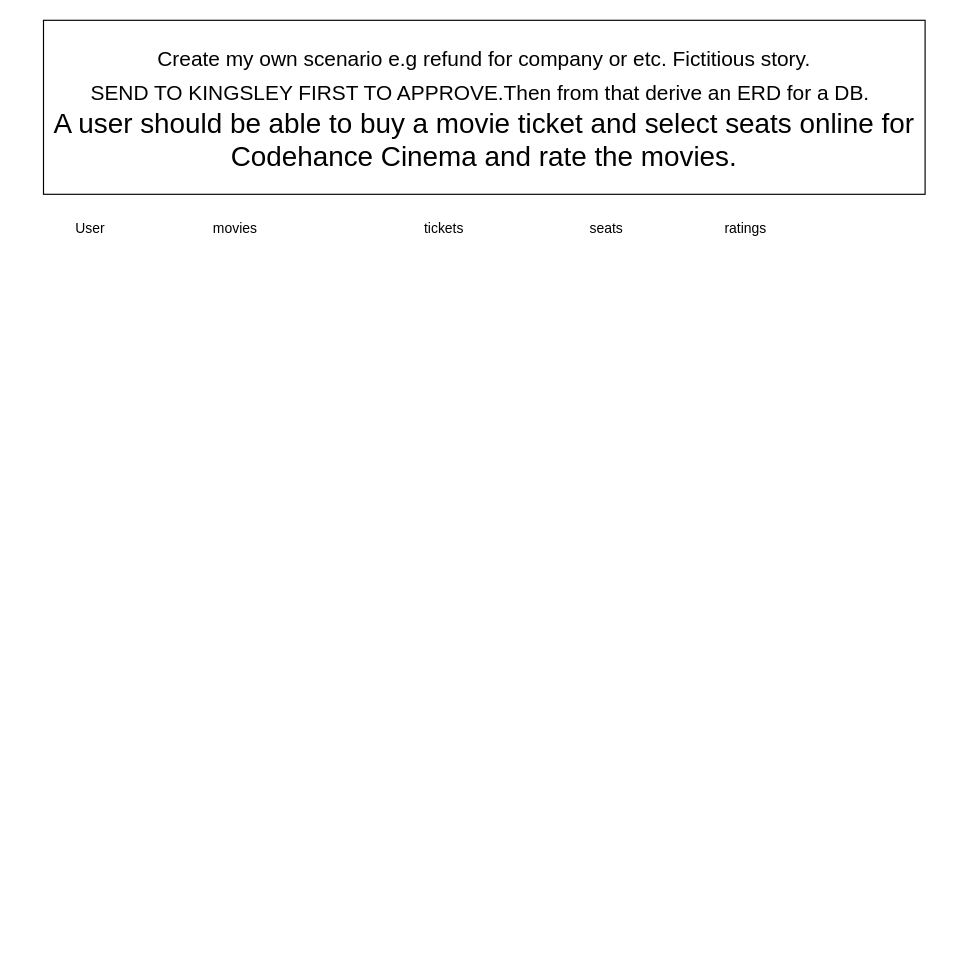
Kascod/first-repo keeps this draw.io diagram as page "Assignment" (1 of 7) of Hotel Rating ER.drawio. Above is the earlier version. Source tidied: cells renumbered, new cells numbered last; positions are measured from the earlier drawing's top-left corner, leaving out a move shared by most shapes. Both pictures are drawn from the tidied source at 116%, with x=0, y=0 at pixel (43, 20).
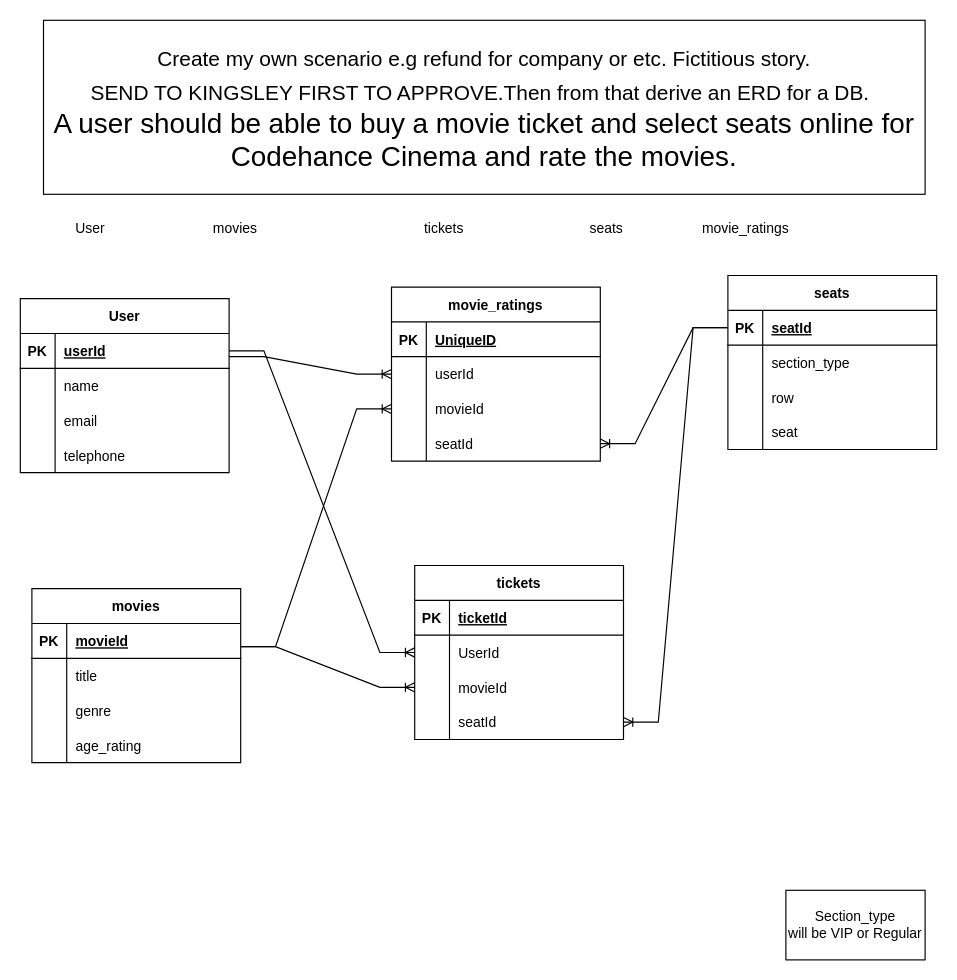
The same diagram, later.

Change to the diagram source:
```diff
@@
-    <mxCell id="4" value="ratings" style="text;html=1;align=center;verticalAlign=middle;strokeColor=none;fillColor=none;" parent="1" vertex="1">
-      <mxGeometry x="575" y="165" width="60" height="30" as="geometry" />
+    <mxCell id="4" value="movie_ratings" style="text;html=1;align=center;verticalAlign=middle;strokeColor=none;fillColor=none;" parent="1" vertex="1">
+      <mxGeometry x="555" y="165" width="100" height="30" as="geometry" />
     </mxCell>
@@
+    <mxCell id="8" value="movies" style="shape=table;startSize=30;childLayout=tableLayout;rowLines=0;fontStyle=1;align=center;" parent="1" vertex="1">
+      <mxGeometry x="-10" y="490" width="180" height="150" as="geometry" />
+    </mxCell>
+    <mxCell id="9" style="shape=tableRow;horizontal=0;startSize=0;swimlaneHead=0;swimlaneBody=0;fillColor=none;top=0;left=0;right=0;bottom=1;" parent="8" vertex="1">
+      <mxGeometry y="30" width="180" height="30" as="geometry" />
+    </mxCell>
+    <mxCell id="10" value="PK" style="shape=partialRectangle;fillColor=none;top=0;left=0;bottom=0;right=0;fontStyle=1;overflow=hidden;" parent="9" vertex="1">
+      <mxGeometry width="30" height="30" as="geometry" />
+    </mxCell>
+    <mxCell id="11" value="movieId" style="shape=partialRectangle;fillColor=none;top=0;left=0;bottom=0;right=0;align=left;spacingLeft=6;fontStyle=5;overflow=hidden;" parent="9" vertex="1">
+      <mxGeometry x="30" width="150" height="30" as="geometry" />
+    </mxCell>
+    <mxCell id="12" style="shape=tableRow;horizontal=0;startSize=0;swimlaneHead=0;swimlaneBody=0;fillColor=none;top=0;left=0;right=0;bottom=0;" parent="8" vertex="1">
+      <mxGeometry y="60" width="180" height="30" as="geometry" />
+    </mxCell>
+    <mxCell id="13" style="shape=partialRectangle;fillColor=none;top=0;left=0;bottom=0;right=0;overflow=hidden;" parent="12" vertex="1">
+      <mxGeometry width="30" height="30" as="geometry" />
+    </mxCell>
+    <mxCell id="14" value="title " style="shape=partialRectangle;fillColor=none;top=0;left=0;bottom=0;right=0;align=left;spacingLeft=6;overflow=hidden;" parent="12" vertex="1">
+      <mxGeometry x="30" width="150" height="30" as="geometry" />
+    </mxCell>
+    <mxCell id="15" style="shape=tableRow;horizontal=0;startSize=0;swimlaneHead=0;swimlaneBody=0;fillColor=none;top=0;left=0;right=0;bottom=0;" parent="8" vertex="1">
+      <mxGeometry y="90" width="180" height="30" as="geometry" />
+    </mxCell>
+    <mxCell id="16" style="shape=partialRectangle;fillColor=none;top=0;left=0;bottom=0;right=0;overflow=hidden;" parent="15" vertex="1">
+      <mxGeometry width="30" height="30" as="geometry" />
+    </mxCell>
+    <mxCell id="17" value="genre " style="shape=partialRectangle;fillColor=none;top=0;left=0;bottom=0;right=0;align=left;spacingLeft=6;overflow=hidden;" parent="15" vertex="1">
+      <mxGeometry x="30" width="150" height="30" as="geometry" />
+    </mxCell>
+    <mxCell id="18" style="shape=tableRow;horizontal=0;startSize=0;swimlaneHead=0;swimlaneBody=0;fillColor=none;top=0;left=0;right=0;bottom=0;" parent="8" vertex="1">
+      <mxGeometry y="120" width="180" height="30" as="geometry" />
+    </mxCell>
+    <mxCell id="19" style="shape=partialRectangle;fillColor=none;top=0;left=0;bottom=0;right=0;overflow=hidden;" parent="18" vertex="1">
+      <mxGeometry width="30" height="30" as="geometry" />
+    </mxCell>
+    <mxCell id="20" value="age_rating " style="shape=partialRectangle;fillColor=none;top=0;left=0;bottom=0;right=0;align=left;spacingLeft=6;overflow=hidden;" parent="18" vertex="1">
+      <mxGeometry x="30" width="150" height="30" as="geometry" />
+    </mxCell>
+    <mxCell id="21" value="User" style="shape=table;startSize=30;childLayout=tableLayout;rowLines=0;fontStyle=1;align=center;" parent="1" vertex="1">
+      <mxGeometry x="-20" y="240" width="180" height="150" as="geometry" />
+    </mxCell>
+    <mxCell id="22" style="shape=tableRow;horizontal=0;startSize=0;swimlaneHead=0;swimlaneBody=0;fillColor=none;points=[[0,0.5],[1,0.5]];portConstraint=eastwest;top=0;left=0;right=0;bottom=1;" parent="21" vertex="1">
+      <mxGeometry y="30" width="180" height="30" as="geometry" />
+    </mxCell>
+    <mxCell id="23" value="PK" style="shape=partialRectangle;fillColor=none;top=0;left=0;bottom=0;right=0;fontStyle=1;overflow=hidden;" parent="22" vertex="1">
+      <mxGeometry width="30" height="30" as="geometry" />
+    </mxCell>
+    <mxCell id="24" value="userId" style="shape=partialRectangle;fillColor=none;top=0;left=0;bottom=0;right=0;align=left;spacingLeft=6;fontStyle=5;overflow=hidden;" parent="22" vertex="1">
+      <mxGeometry x="30" width="150" height="30" as="geometry" />
+    </mxCell>
+    <mxCell id="25" style="shape=tableRow;horizontal=0;startSize=0;swimlaneHead=0;swimlaneBody=0;fillColor=none;top=0;left=0;right=0;bottom=0;" parent="21" vertex="1">
+      <mxGeometry y="60" width="180" height="30" as="geometry" />
+    </mxCell>
+    <mxCell id="26" style="shape=partialRectangle;fillColor=none;top=0;left=0;bottom=0;right=0;overflow=hidden;" parent="25" vertex="1">
+      <mxGeometry width="30" height="30" as="geometry" />
+    </mxCell>
+    <mxCell id="27" value="name" style="shape=partialRectangle;fillColor=none;top=0;left=0;bottom=0;right=0;align=left;spacingLeft=6;overflow=hidden;" parent="25" vertex="1">
+      <mxGeometry x="30" width="150" height="30" as="geometry" />
+    </mxCell>
+    <mxCell id="28" style="shape=tableRow;horizontal=0;startSize=0;swimlaneHead=0;swimlaneBody=0;fillColor=none;top=0;left=0;right=0;bottom=0;" parent="21" vertex="1">
+      <mxGeometry y="90" width="180" height="30" as="geometry" />
+    </mxCell>
+    <mxCell id="29" style="shape=partialRectangle;fillColor=none;top=0;left=0;bottom=0;right=0;overflow=hidden;" parent="28" vertex="1">
+      <mxGeometry width="30" height="30" as="geometry" />
+    </mxCell>
+    <mxCell id="30" value="email " style="shape=partialRectangle;fillColor=none;top=0;left=0;bottom=0;right=0;align=left;spacingLeft=6;overflow=hidden;" parent="28" vertex="1">
+      <mxGeometry x="30" width="150" height="30" as="geometry" />
+    </mxCell>
+    <mxCell id="31" style="shape=tableRow;horizontal=0;startSize=0;swimlaneHead=0;swimlaneBody=0;fillColor=none;top=0;left=0;right=0;bottom=0;" parent="21" vertex="1">
+      <mxGeometry y="120" width="180" height="30" as="geometry" />
+    </mxCell>
+    <mxCell id="32" style="shape=partialRectangle;fillColor=none;top=0;left=0;bottom=0;right=0;overflow=hidden;" parent="31" vertex="1">
+      <mxGeometry width="30" height="30" as="geometry" />
+    </mxCell>
+    <mxCell id="33" value="telephone " style="shape=partialRectangle;fillColor=none;top=0;left=0;bottom=0;right=0;align=left;spacingLeft=6;overflow=hidden;" parent="31" vertex="1">
+      <mxGeometry x="30" width="150" height="30" as="geometry" />
+    </mxCell>
+    <mxCell id="34" value="tickets" style="shape=table;startSize=30;childLayout=tableLayout;rowLines=0;fontStyle=1;align=center;" parent="1" vertex="1">
+      <mxGeometry x="320" y="470" width="180" height="150" as="geometry" />
+    </mxCell>
+    <mxCell id="35" style="shape=tableRow;horizontal=0;startSize=0;swimlaneHead=0;swimlaneBody=0;fillColor=none;top=0;left=0;right=0;bottom=1;" parent="34" vertex="1">
+      <mxGeometry y="30" width="180" height="30" as="geometry" />
+    </mxCell>
+    <mxCell id="36" value="PK" style="shape=partialRectangle;fillColor=none;top=0;left=0;bottom=0;right=0;fontStyle=1;overflow=hidden;" parent="35" vertex="1">
+      <mxGeometry width="30" height="30" as="geometry" />
+    </mxCell>
+    <mxCell id="37" value="ticketId" style="shape=partialRectangle;fillColor=none;top=0;left=0;bottom=0;right=0;align=left;spacingLeft=6;fontStyle=5;overflow=hidden;" parent="35" vertex="1">
+      <mxGeometry x="30" width="150" height="30" as="geometry" />
+    </mxCell>
+    <mxCell id="38" style="shape=tableRow;horizontal=0;startSize=0;swimlaneHead=0;swimlaneBody=0;fillColor=none;points=[[0,0.5],[1,0.5]];portConstraint=eastwest;top=0;left=0;right=0;bottom=0;" parent="34" vertex="1">
+      <mxGeometry y="60" width="180" height="30" as="geometry" />
+    </mxCell>
+    <mxCell id="39" style="shape=partialRectangle;fillColor=none;top=0;left=0;bottom=0;right=0;overflow=hidden;" parent="38" vertex="1">
+      <mxGeometry width="30" height="30" as="geometry" />
+    </mxCell>
+    <mxCell id="40" value="UserId" style="shape=partialRectangle;fillColor=none;top=0;left=0;bottom=0;right=0;align=left;spacingLeft=6;overflow=hidden;" parent="38" vertex="1">
+      <mxGeometry x="30" width="150" height="30" as="geometry" />
+    </mxCell>
+    <mxCell id="41" style="shape=tableRow;horizontal=0;startSize=0;swimlaneHead=0;swimlaneBody=0;fillColor=none;points=[[0,0.5],[1,0.5]];portConstraint=eastwest;top=0;left=0;right=0;bottom=0;" parent="34" vertex="1">
+      <mxGeometry y="90" width="180" height="30" as="geometry" />
+    </mxCell>
+    <mxCell id="42" style="shape=partialRectangle;fillColor=none;top=0;left=0;bottom=0;right=0;overflow=hidden;" parent="41" vertex="1">
+      <mxGeometry width="30" height="30" as="geometry" />
+    </mxCell>
+    <mxCell id="43" value="movieId" style="shape=partialRectangle;fillColor=none;top=0;left=0;bottom=0;right=0;align=left;spacingLeft=6;overflow=hidden;" parent="41" vertex="1">
+      <mxGeometry x="30" width="150" height="30" as="geometry" />
+    </mxCell>
+    <mxCell id="44" style="shape=tableRow;horizontal=0;startSize=0;swimlaneHead=0;swimlaneBody=0;fillColor=none;points=[[0,0.5],[1,0.5]];portConstraint=eastwest;top=0;left=0;right=0;bottom=0;" parent="34" vertex="1">
+      <mxGeometry y="120" width="180" height="30" as="geometry" />
+    </mxCell>
+    <mxCell id="45" style="shape=partialRectangle;fillColor=none;top=0;left=0;bottom=0;right=0;overflow=hidden;" parent="44" vertex="1">
+      <mxGeometry width="30" height="30" as="geometry" />
+    </mxCell>
+    <mxCell id="46" value="seatId" style="shape=partialRectangle;fillColor=none;top=0;left=0;bottom=0;right=0;align=left;spacingLeft=6;overflow=hidden;" parent="44" vertex="1">
+      <mxGeometry x="30" width="150" height="30" as="geometry" />
+    </mxCell>
+    <mxCell id="47" value="movie_ratings" style="shape=table;startSize=30;childLayout=tableLayout;rowLines=0;fontStyle=1;align=center;" parent="1" vertex="1">
+      <mxGeometry x="300" y="230" width="180" height="150" as="geometry" />
+    </mxCell>
+    <mxCell id="48" style="shape=tableRow;horizontal=0;startSize=0;swimlaneHead=0;swimlaneBody=0;fillColor=none;top=0;left=0;right=0;bottom=1;" parent="47" vertex="1">
+      <mxGeometry y="30" width="180" height="30" as="geometry" />
+    </mxCell>
+    <mxCell id="49" value="PK" style="shape=partialRectangle;fillColor=none;top=0;left=0;bottom=0;right=0;fontStyle=1;overflow=hidden;" parent="48" vertex="1">
+      <mxGeometry width="30" height="30" as="geometry" />
+    </mxCell>
+    <mxCell id="50" value="UniqueID" style="shape=partialRectangle;fillColor=none;top=0;left=0;bottom=0;right=0;align=left;spacingLeft=6;fontStyle=5;overflow=hidden;" parent="48" vertex="1">
+      <mxGeometry x="30" width="150" height="30" as="geometry" />
+    </mxCell>
+    <mxCell id="51" style="shape=tableRow;horizontal=0;startSize=0;swimlaneHead=0;swimlaneBody=0;fillColor=none;points=[[0,0.5],[1,0.5]];portConstraint=eastwest;top=0;left=0;right=0;bottom=0;" parent="47" vertex="1">
+      <mxGeometry y="60" width="180" height="30" as="geometry" />
+    </mxCell>
+    <mxCell id="52" style="shape=partialRectangle;fillColor=none;top=0;left=0;bottom=0;right=0;overflow=hidden;" parent="51" vertex="1">
+      <mxGeometry width="30" height="30" as="geometry" />
+    </mxCell>
+    <mxCell id="53" value="userId" style="shape=partialRectangle;fillColor=none;top=0;left=0;bottom=0;right=0;align=left;spacingLeft=6;overflow=hidden;" parent="51" vertex="1">
+      <mxGeometry x="30" width="150" height="30" as="geometry" />
+    </mxCell>
+    <mxCell id="54" style="shape=tableRow;horizontal=0;startSize=0;swimlaneHead=0;swimlaneBody=0;fillColor=none;points=[[0,0.5],[1,0.5]];portConstraint=eastwest;top=0;left=0;right=0;bottom=0;" parent="47" vertex="1">
+      <mxGeometry y="90" width="180" height="30" as="geometry" />
+    </mxCell>
+    <mxCell id="55" style="shape=partialRectangle;fillColor=none;top=0;left=0;bottom=0;right=0;overflow=hidden;" parent="54" vertex="1">
+      <mxGeometry width="30" height="30" as="geometry" />
+    </mxCell>
+    <mxCell id="56" value="movieId" style="shape=partialRectangle;fillColor=none;top=0;left=0;bottom=0;right=0;align=left;spacingLeft=6;overflow=hidden;" parent="54" vertex="1">
+      <mxGeometry x="30" width="150" height="30" as="geometry" />
+    </mxCell>
+    <mxCell id="57" style="shape=tableRow;horizontal=0;startSize=0;swimlaneHead=0;swimlaneBody=0;fillColor=none;points=[[0,0.5],[1,0.5]];portConstraint=eastwest;top=0;left=0;right=0;bottom=0;" parent="47" vertex="1">
+      <mxGeometry y="120" width="180" height="30" as="geometry" />
+    </mxCell>
+    <mxCell id="58" style="shape=partialRectangle;fillColor=none;top=0;left=0;bottom=0;right=0;overflow=hidden;" parent="57" vertex="1">
+      <mxGeometry width="30" height="30" as="geometry" />
+    </mxCell>
+    <mxCell id="59" value="seatId" style="shape=partialRectangle;fillColor=none;top=0;left=0;bottom=0;right=0;align=left;spacingLeft=6;overflow=hidden;" parent="57" vertex="1">
+      <mxGeometry x="30" width="150" height="30" as="geometry" />
+    </mxCell>
+    <mxCell id="60" value="seats" style="shape=table;startSize=30;childLayout=tableLayout;rowLines=0;fontStyle=1;align=center;" parent="1" vertex="1">
+      <mxGeometry x="590" y="220" width="180" height="150" as="geometry" />
+    </mxCell>
+    <mxCell id="61" style="shape=tableRow;horizontal=0;startSize=0;swimlaneHead=0;swimlaneBody=0;fillColor=none;points=[[0,0.5],[1,0.5]];portConstraint=eastwest;top=0;left=0;right=0;bottom=1;" parent="60" vertex="1">
+      <mxGeometry y="30" width="180" height="30" as="geometry" />
+    </mxCell>
+    <mxCell id="62" value="PK" style="shape=partialRectangle;fillColor=none;top=0;left=0;bottom=0;right=0;fontStyle=1;overflow=hidden;" parent="61" vertex="1">
+      <mxGeometry width="30" height="30" as="geometry" />
+    </mxCell>
+    <mxCell id="63" value="seatId" style="shape=partialRectangle;fillColor=none;top=0;left=0;bottom=0;right=0;align=left;spacingLeft=6;fontStyle=5;overflow=hidden;" parent="61" vertex="1">
+      <mxGeometry x="30" width="150" height="30" as="geometry" />
+    </mxCell>
+    <mxCell id="64" style="shape=tableRow;horizontal=0;startSize=0;swimlaneHead=0;swimlaneBody=0;fillColor=none;top=0;left=0;right=0;bottom=0;" parent="60" vertex="1">
+      <mxGeometry y="60" width="180" height="30" as="geometry" />
+    </mxCell>
+    <mxCell id="65" style="shape=partialRectangle;fillColor=none;top=0;left=0;bottom=0;right=0;overflow=hidden;" parent="64" vertex="1">
+      <mxGeometry width="30" height="30" as="geometry" />
+    </mxCell>
+    <mxCell id="66" value="section_type" style="shape=partialRectangle;fillColor=none;top=0;left=0;bottom=0;right=0;align=left;spacingLeft=6;overflow=hidden;" parent="64" vertex="1">
+      <mxGeometry x="30" width="150" height="30" as="geometry" />
+    </mxCell>
+    <mxCell id="67" style="shape=tableRow;horizontal=0;startSize=0;swimlaneHead=0;swimlaneBody=0;fillColor=none;top=0;left=0;right=0;bottom=0;" parent="60" vertex="1">
+      <mxGeometry y="90" width="180" height="30" as="geometry" />
+    </mxCell>
+    <mxCell id="68" style="shape=partialRectangle;fillColor=none;top=0;left=0;bottom=0;right=0;overflow=hidden;" parent="67" vertex="1">
+      <mxGeometry width="30" height="30" as="geometry" />
+    </mxCell>
+    <mxCell id="69" value="row" style="shape=partialRectangle;fillColor=none;top=0;left=0;bottom=0;right=0;align=left;spacingLeft=6;overflow=hidden;" parent="67" vertex="1">
+      <mxGeometry x="30" width="150" height="30" as="geometry" />
+    </mxCell>
+    <mxCell id="70" style="shape=tableRow;horizontal=0;startSize=0;swimlaneHead=0;swimlaneBody=0;fillColor=none;top=0;left=0;right=0;bottom=0;" parent="60" vertex="1">
+      <mxGeometry y="120" width="180" height="30" as="geometry" />
+    </mxCell>
+    <mxCell id="71" style="shape=partialRectangle;fillColor=none;top=0;left=0;bottom=0;right=0;overflow=hidden;" parent="70" vertex="1">
+      <mxGeometry width="30" height="30" as="geometry" />
+    </mxCell>
+    <mxCell id="72" value="seat" style="shape=partialRectangle;fillColor=none;top=0;left=0;bottom=0;right=0;align=left;spacingLeft=6;overflow=hidden;" parent="70" vertex="1">
+      <mxGeometry x="30" width="150" height="30" as="geometry" />
+    </mxCell>
+    <mxCell id="73" style="edgeStyle=entityRelationEdgeStyle;fontSize=12;html=1;endArrow=ERoneToMany;rounded=0;entryX=0;entryY=0.5;entryDx=0;entryDy=0;" parent="1" edge="1" target="51">
+      <mxGeometry relative="1" as="geometry">
+        <mxPoint x="160" y="290" as="sourcePoint" />
+      </mxGeometry>
+    </mxCell>
+    <mxCell id="74" style="edgeStyle=entityRelationEdgeStyle;fontSize=12;html=1;endArrow=ERoneToMany;rounded=0;exitX=0;exitY=0.5;exitDx=0;exitDy=0;entryX=1;entryY=0.5;entryDx=0;entryDy=0;" parent="1" edge="1" source="61" target="57">
+      <mxGeometry relative="1" as="geometry" />
+    </mxCell>
+    <mxCell id="75" style="edgeStyle=entityRelationEdgeStyle;fontSize=12;html=1;endArrow=ERoneToMany;rounded=0;entryX=0;entryY=0.5;entryDx=0;entryDy=0;" parent="1" edge="1" target="41">
+      <mxGeometry relative="1" as="geometry">
+        <mxPoint x="170" y="540" as="sourcePoint" />
+      </mxGeometry>
+    </mxCell>
+    <mxCell id="76" style="edgeStyle=entityRelationEdgeStyle;fontSize=12;html=1;endArrow=ERoneToMany;rounded=0;" parent="1" edge="1" target="54">
+      <mxGeometry relative="1" as="geometry">
+        <mxPoint x="170" y="540" as="sourcePoint" />
+      </mxGeometry>
+    </mxCell>
+    <mxCell id="77" value="Section_type&lt;br style=&quot;border-color: var(--border-color);&quot;&gt;will be VIP or Regular" style="rounded=0;whiteSpace=wrap;html=1;" parent="1" vertex="1">
+      <mxGeometry x="640" y="750" width="120" height="60" as="geometry" />
+    </mxCell>
+    <mxCell id="78" style="edgeStyle=entityRelationEdgeStyle;fontSize=12;html=1;endArrow=ERoneToMany;rounded=0;entryX=0;entryY=0.5;entryDx=0;entryDy=0;exitX=1;exitY=0.5;exitDx=0;exitDy=0;" parent="1" edge="1" source="22" target="38">
+      <mxGeometry relative="1" as="geometry" />
+    </mxCell>
+    <mxCell id="79" style="edgeStyle=entityRelationEdgeStyle;fontSize=12;html=1;endArrow=ERoneToMany;rounded=0;exitX=0;exitY=0.5;exitDx=0;exitDy=0;entryX=1;entryY=0.5;entryDx=0;entryDy=0;" parent="1" edge="1" source="61" target="44">
+      <mxGeometry relative="1" as="geometry" />
+    </mxCell>
```
